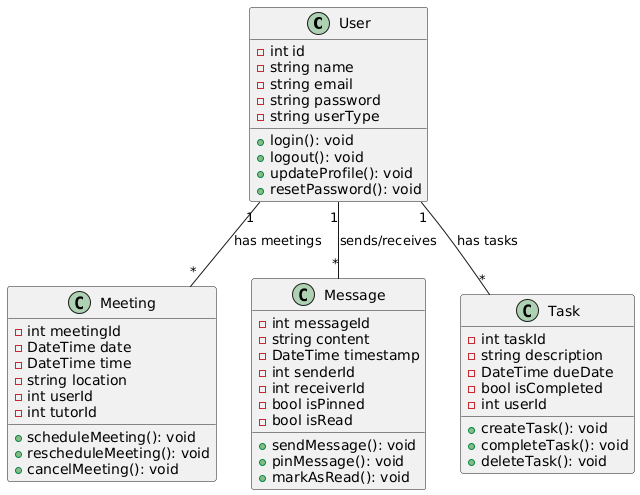
Above: diagramme-de-classes.png in myrteza-labi/ocr-3 (PlantUML), before the change. Its diagram source:
```plantuml
@startuml
class User {
  -int id
  -string name
  -string email
  -string password
  -string userType
  +login(): void
  +logout(): void
  +updateProfile(): void
  +resetPassword(): void
}

class Meeting {
  -int meetingId
  -DateTime date
  -DateTime time
  -string location
  -int userId
  -int tutorId
  +scheduleMeeting(): void
  +rescheduleMeeting(): void
  +cancelMeeting(): void
}

class Message {
  -int messageId
  -string content
  -DateTime timestamp
  -int senderId
  -int receiverId
  -bool isPinned
  -bool isRead
  +sendMessage(): void
  +pinMessage(): void
  +markAsRead(): void
}

class Task {
  -int taskId
  -string description
  -DateTime dueDate
  -bool isCompleted
  -int userId
  +createTask(): void
  +completeTask(): void
  +deleteTask(): void
}

User "1" -- "*" Meeting : "has meetings"
User "1" -- "*" Message : "sends/receives"
User "1" -- "*" Task : "has tasks"
@enduml
```
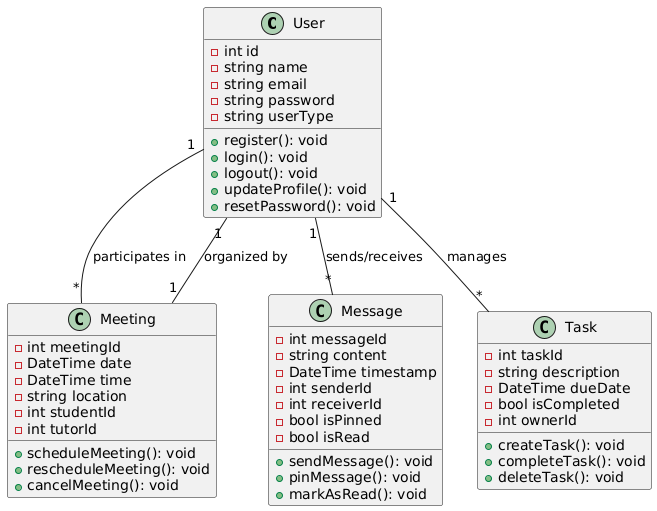
After the change.

Commit message:
maj du diagramme de classes

The edit, as a diff of the source:
```diff
@@ -5,6 +5,7 @@
   -string email
   -string password
   -string userType
+  +register(): void
   +login(): void
   +logout(): void
   +updateProfile(): void
@@ -16,7 +17,7 @@
   -DateTime date
   -DateTime time
   -string location
-  -int userId
+  -int studentId
   -int tutorId
   +scheduleMeeting(): void
   +rescheduleMeeting(): void
@@ -41,13 +42,14 @@
   -string description
   -DateTime dueDate
   -bool isCompleted
-  -int userId
+  -int ownerId
   +createTask(): void
   +completeTask(): void
   +deleteTask(): void
 }
 
-User "1" -- "*" Meeting : "has meetings"
+User "1" -- "*" Meeting : "participates in"
+Meeting "1" -- "1" User : "organized by"
 User "1" -- "*" Message : "sends/receives"
-User "1" -- "*" Task : "has tasks"
+User "1" -- "*" Task : "manages"
 @enduml
```
